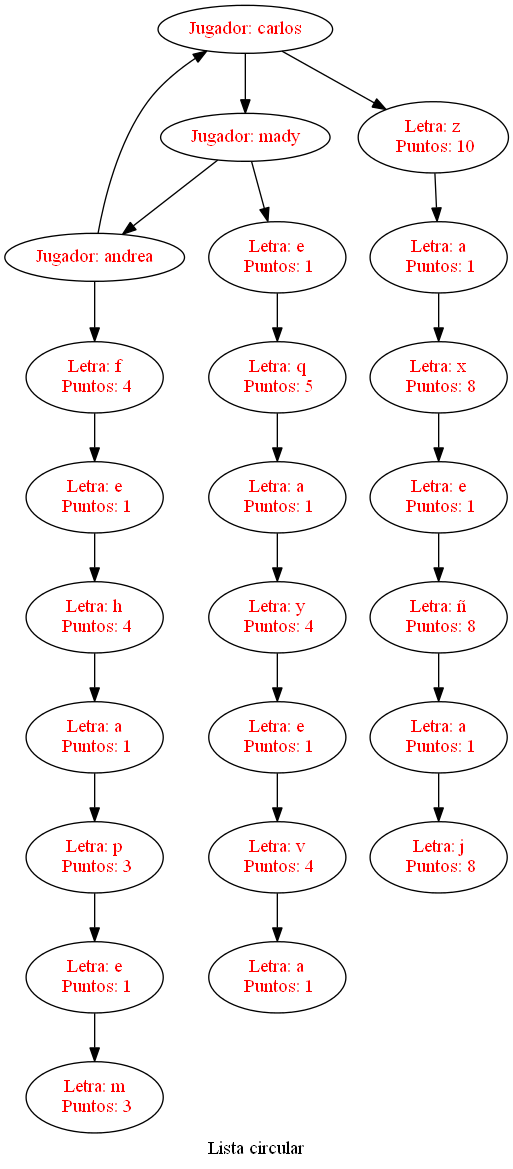
Above: listacircular.png in CPeraltaa/Practica1s12017_201314556 (Graphviz), before the change. Its source is kept beside it as listacircular.dot.
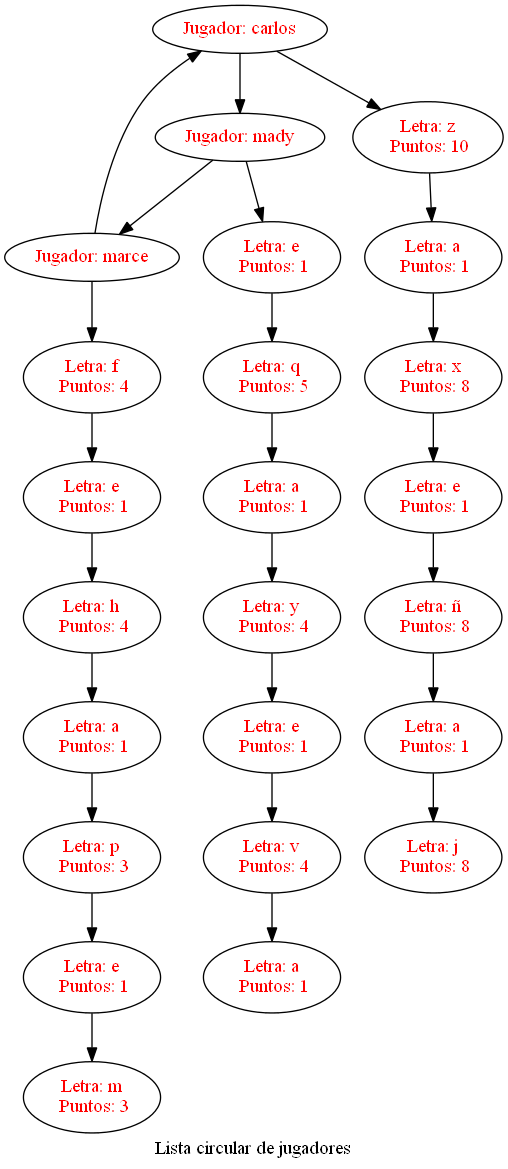
Above is the later version.

Diff of the diagram source:
```diff
@@ -1,54 +1,54 @@
 digraph ListaS{
-label= "Lista circular"
+label= "Lista circular de jugadores"
 	node [fontcolor="red", height=0.5, color="black"]
 	edge [color="black", dir=fordware]
-nodo1322072946[label="Jugador: carlos"];
-nodo1322072946->nodo895128746;
-nodo1322072946->nodo1536117658;
-nodo1536117658[label="Letra: z\n Puntos: 10"];
-nodo1536117658->nodo1284949605;
-nodo1284949605[label="Letra: a\n Puntos: 1"];
-nodo1284949605->nodo1806131758;
-nodo1806131758[label="Letra: x\n Puntos: 8"];
-nodo1806131758->nodo179913780;
-nodo179913780[label="Letra: e\n Puntos: 1"];
-nodo179913780->nodo726338914;
-nodo726338914[label="Letra: ñ\n Puntos: 8"];
-nodo726338914->nodo1368671104;
-nodo1368671104[label="Letra: a\n Puntos: 1"];
-nodo1368671104->nodo32697742;
-nodo32697742[label="Letra: j\n Puntos: 8"];
-nodo895128746[label="Jugador: mady"];
-nodo895128746->nodo1101693280;
-nodo895128746->nodo855225386;
-nodo855225386[label="Letra: e\n Puntos: 1"];
-nodo855225386->nodo1099069878;
-nodo1099069878[label="Letra: q\n Puntos: 5"];
-nodo1099069878->nodo1460298389;
-nodo1460298389[label="Letra: a\n Puntos: 1"];
-nodo1460298389->nodo1119770773;
-nodo1119770773[label="Letra: y\n Puntos: 4"];
-nodo1119770773->nodo1025113100;
-nodo1025113100[label="Letra: e\n Puntos: 1"];
-nodo1025113100->nodo1870953936;
-nodo1870953936[label="Letra: v\n Puntos: 4"];
-nodo1870953936->nodo1797174399;
-nodo1797174399[label="Letra: a\n Puntos: 1"];
-nodo1101693280[label="Jugador: andrea"];
-nodo1101693280->nodo1322072946;
-nodo1101693280->nodo1532244857;
-nodo1532244857[label="Letra: f\n Puntos: 4"];
-nodo1532244857->nodo694115715;
-nodo694115715[label="Letra: e\n Puntos: 1"];
-nodo694115715->nodo1710874501;
-nodo1710874501[label="Letra: h\n Puntos: 4"];
-nodo1710874501->nodo2077893129;
-nodo2077893129[label="Letra: a\n Puntos: 1"];
-nodo2077893129->nodo32442864;
-nodo32442864[label="Letra: p\n Puntos: 3"];
-nodo32442864->nodo1376780043;
-nodo1376780043[label="Letra: e\n Puntos: 1"];
-nodo1376780043->nodo2040596280;
-nodo2040596280[label="Letra: m\n Puntos: 3"];
+nodo546140648[label="Jugador: carlos"];
+nodo546140648->nodo1521553633;
+nodo546140648->nodo23272813;
+nodo23272813[label="Letra: z\n Puntos: 10"];
+nodo23272813->nodo848499084;
+nodo848499084[label="Letra: a\n Puntos: 1"];
+nodo848499084->nodo2044343303;
+nodo2044343303[label="Letra: x\n Puntos: 8"];
+nodo2044343303->nodo733873605;
+nodo733873605[label="Letra: e\n Puntos: 1"];
+nodo733873605->nodo842001834;
+nodo842001834[label="Letra: ñ\n Puntos: 8"];
+nodo842001834->nodo404395282;
+nodo404395282[label="Letra: a\n Puntos: 1"];
+nodo404395282->nodo810086426;
+nodo810086426[label="Letra: j\n Puntos: 8"];
+nodo1521553633[label="Jugador: mady"];
+nodo1521553633->nodo1803770875;
+nodo1521553633->nodo638368156;
+nodo638368156[label="Letra: e\n Puntos: 1"];
+nodo638368156->nodo1794247242;
+nodo1794247242[label="Letra: q\n Puntos: 5"];
+nodo1794247242->nodo500035374;
+nodo500035374[label="Letra: a\n Puntos: 1"];
+nodo500035374->nodo1818239983;
+nodo1818239983[label="Letra: y\n Puntos: 4"];
+nodo1818239983->nodo803452838;
+nodo803452838[label="Letra: e\n Puntos: 1"];
+nodo803452838->nodo1438206026;
+nodo1438206026[label="Letra: v\n Puntos: 4"];
+nodo1438206026->nodo671054156;
+nodo671054156[label="Letra: a\n Puntos: 1"];
+nodo1803770875[label="Jugador: marce"];
+nodo1803770875->nodo546140648;
+nodo1803770875->nodo1257068807;
+nodo1257068807[label="Letra: f\n Puntos: 4"];
+nodo1257068807->nodo2021755259;
+nodo2021755259[label="Letra: e\n Puntos: 1"];
+nodo2021755259->nodo1734698297;
+nodo1734698297[label="Letra: h\n Puntos: 4"];
+nodo1734698297->nodo999048576;
+nodo999048576[label="Letra: a\n Puntos: 1"];
+nodo999048576->nodo461969047;
+nodo461969047[label="Letra: p\n Puntos: 3"];
+nodo461969047->nodo1865916108;
+nodo1865916108[label="Letra: e\n Puntos: 1"];
+nodo1865916108->nodo590832318;
+nodo590832318[label="Letra: m\n Puntos: 3"];
 
 }
```
